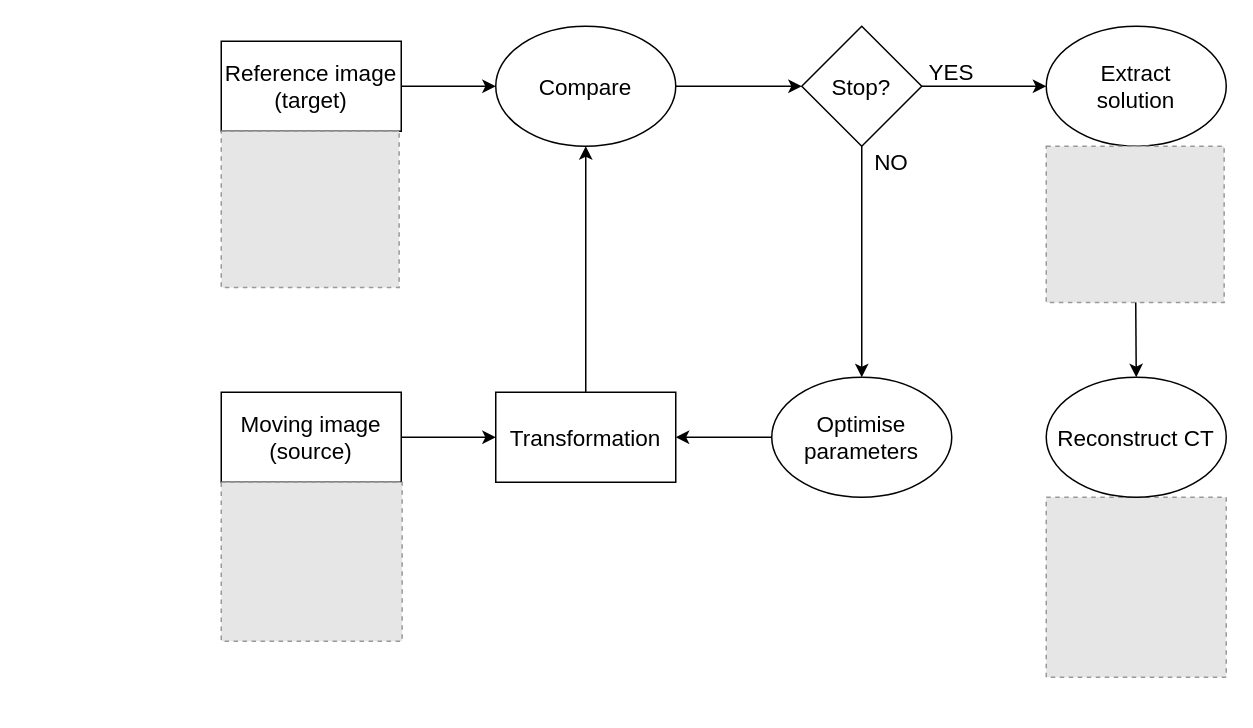
Earlier version of the draw.io diagram doc/registration.drawio (effepivi/CT2CAD-Fibres). Source tidied: cells renumbered, new cells numbered last; positions are measured from the earlier drawing's top-left corner, leaving out a move shared by most shapes. Both pictures are drawn from the tidied source at 150%, with x=0, y=0 at pixel (220, 26). Pictures stored in the file or linked from it are replaced by grey dashed boxes.
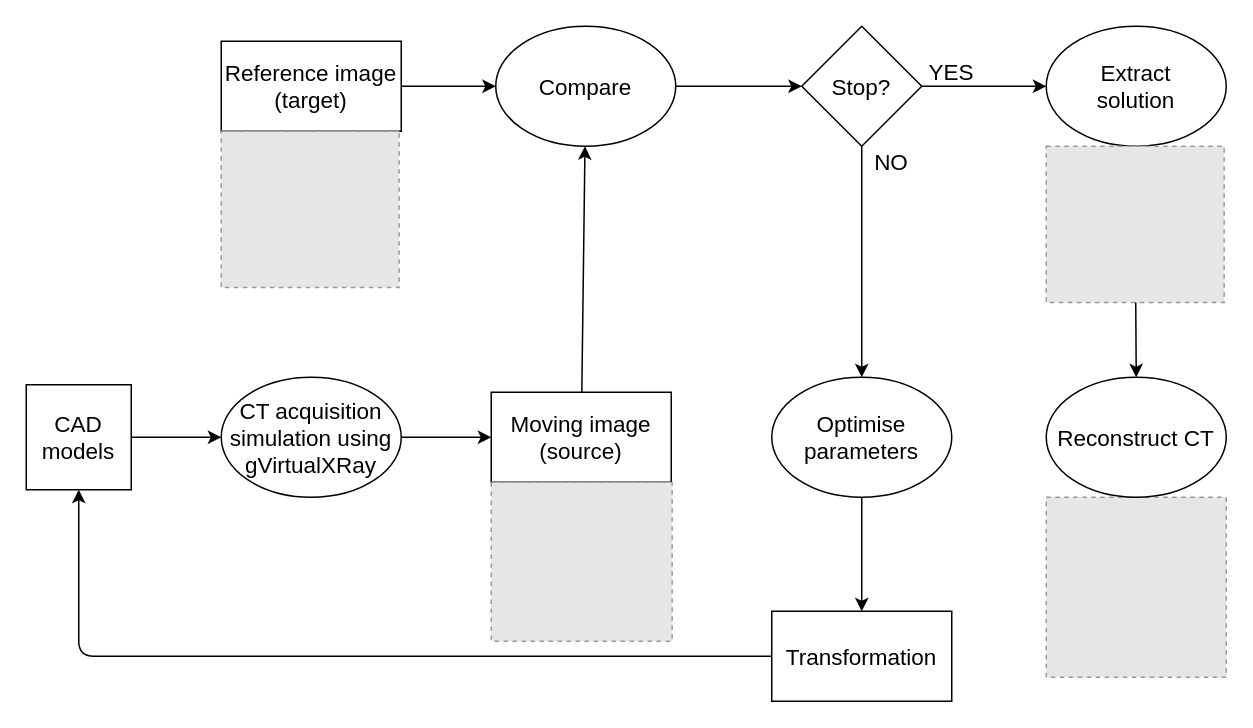
The same diagram, later.

Unchanged cells that the change refers to:
```xml
<mxCell id="6" value="Compare" style="ellipse;whiteSpace=wrap;html=1;fontSize=15;" parent="1" vertex="1">
  <mxGeometry x="183" width="120" height="80" as="geometry" />
</mxCell>
```

Change to the diagram source:
```diff
@@
     <mxCell id="3" value="&lt;div style=&quot;font-size: 15px;&quot;&gt;Moving image&lt;/div&gt;&lt;div style=&quot;font-size: 15px;&quot;&gt;(source)&lt;br style=&quot;font-size: 15px;&quot;&gt;&lt;/div&gt;" style="rounded=0;whiteSpace=wrap;html=1;fontSize=15;" parent="1" vertex="1">
-      <mxGeometry y="244" width="120" height="60" as="geometry" />
+      <mxGeometry x="180" y="244" width="120" height="60" as="geometry" />
     </mxCell>
     <mxCell id="4" value="Transformation" style="rounded=0;whiteSpace=wrap;html=1;fontSize=15;" parent="1" vertex="1">
-      <mxGeometry x="183" y="244" width="120" height="60" as="geometry" />
+      <mxGeometry x="367" y="390" width="120" height="60" as="geometry" />
     </mxCell>
-    <mxCell id="5" style="endArrow=classic;html=1;" parent="1" edge="1" source="3" target="4">
-      <mxGeometry relative="1" as="geometry" />
-    </mxCell>
@@
-    <mxCell id="7" style="endArrow=classic;html=1;" parent="1" edge="1" source="4" target="6">
+    <mxCell id="7" style="endArrow=classic;html=1;" parent="1" edge="1" source="3" target="6">
       <mxGeometry relative="1" as="geometry" />
     </mxCell>
@@
     <mxCell id="23" style="fillColor=#E6E6E6;strokeColor=#999999;dashed=1;verticalLabelPosition=bottom;labelBackgroundColor=#ffffff;verticalAlign=top;" parent="1" vertex="1">
-      <mxGeometry y="304" width="120.6" height="106" as="geometry" />
+      <mxGeometry x="180" y="304" width="120.6" height="106" as="geometry" />
     </mxCell>
+    <mxCell id="24" value="CAD models" style="whiteSpace=wrap;html=1;fontSize=15;" parent="1" vertex="1">
+      <mxGeometry x="-130" y="239" width="70" height="70" as="geometry" />
+    </mxCell>
+    <mxCell id="25" value="&lt;div&gt;CT acquisition&lt;/div&gt;&lt;div&gt;simulation using gVirtualXRay&lt;br&gt;&lt;/div&gt;" style="ellipse;whiteSpace=wrap;html=1;fontSize=15;" parent="1" vertex="1">
+      <mxGeometry y="234" width="120" height="80" as="geometry" />
+    </mxCell>
+    <mxCell id="26" style="endArrow=classic;html=1;fontSize=15;" parent="1" edge="1" source="25" target="3">
+      <mxGeometry relative="1" as="geometry" />
+    </mxCell>
+    <mxCell id="27" style="endArrow=classic;html=1;fontSize=15;" parent="1" edge="1" source="24" target="25">
+      <mxGeometry relative="1" as="geometry" />
+    </mxCell>
+    <mxCell id="28" style="endArrow=classic;html=1;fontSize=15;" parent="1" edge="1" source="4" target="24">
+      <mxGeometry relative="1" as="geometry">
+        <Array as="points">
+          <mxPoint x="-95" y="420" />
+        </Array>
+      </mxGeometry>
+    </mxCell>
```
